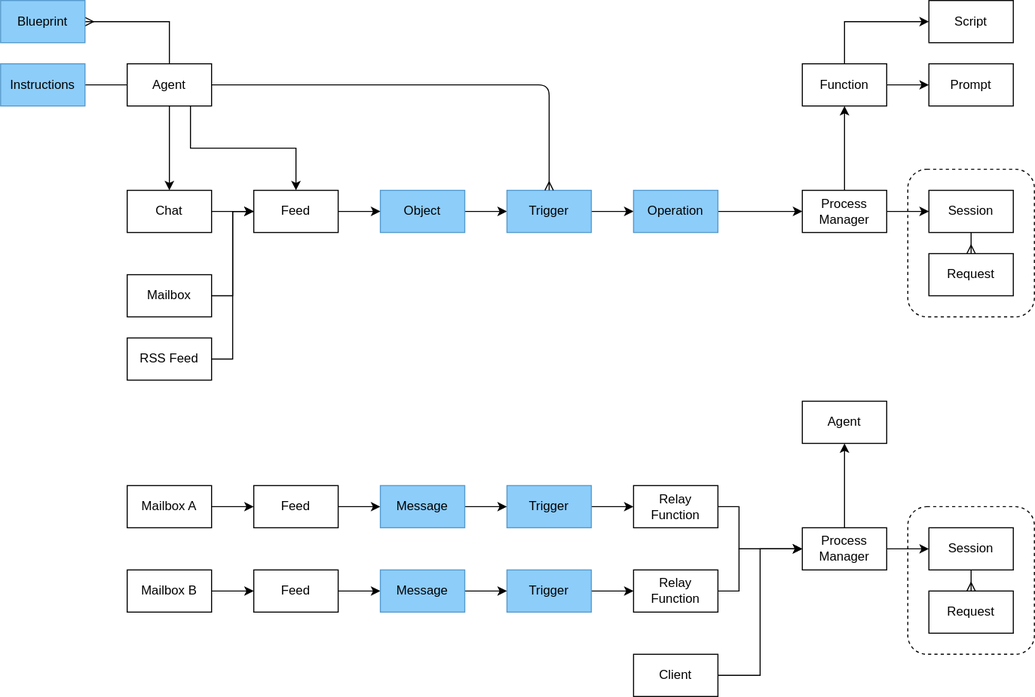
dxos/dxos keeps this draw.io diagram as packages/core/compute/assistant/docs/agent.drawio.svg. Above is the earlier version. Source tidied: cells renumbered, new cells last; positions are measured from the earlier drawing's top-left corner, leaving out a move shared by most shapes.
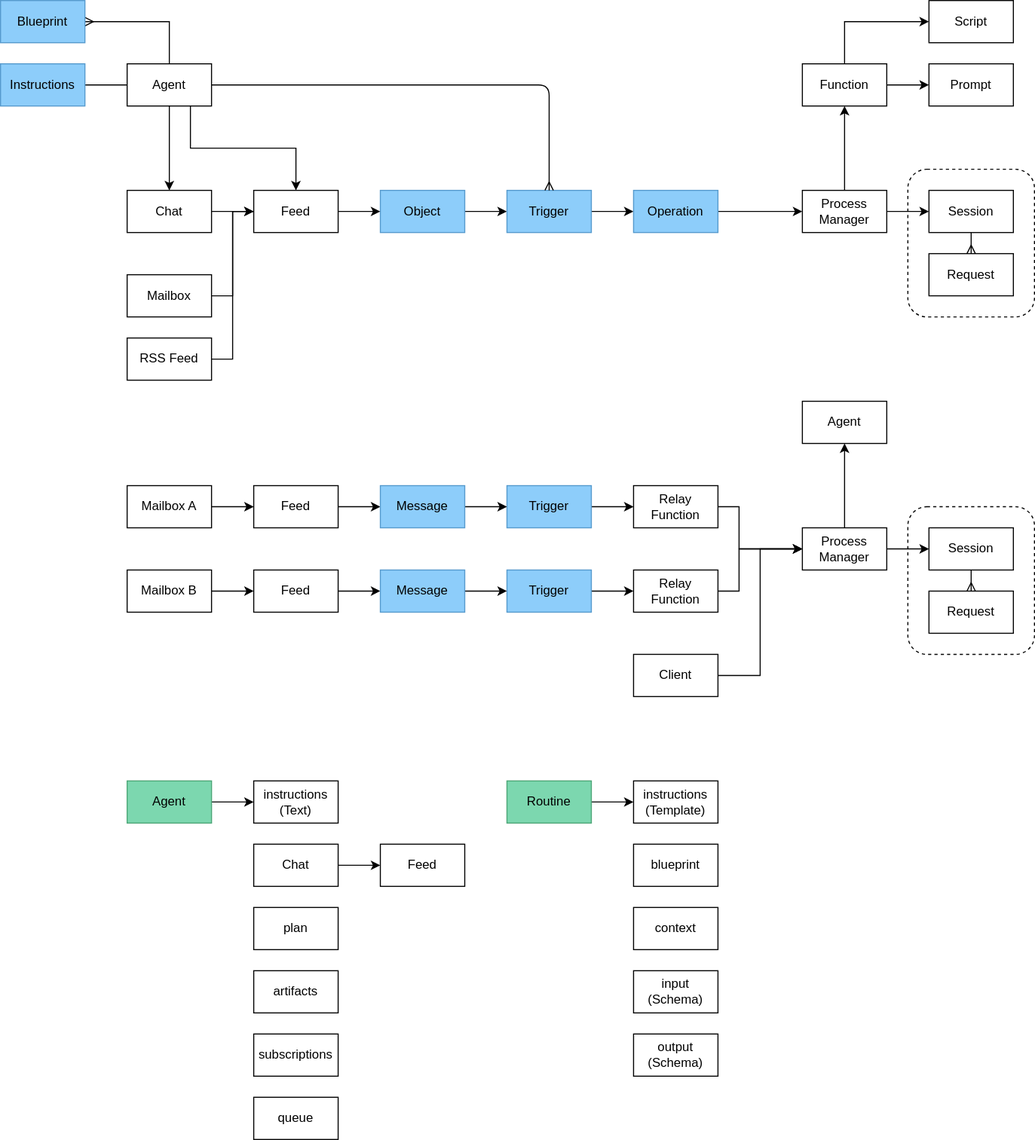
After the change.

The edit, as a diff of the source:
```diff
@@ -240,5 +240,56 @@
     <mxCell id="65" value="Prompt" style="rounded=0;whiteSpace=wrap;html=1;" parent="1" vertex="1">
       <mxGeometry x="880" y="60" width="80" height="40" as="geometry" />
     </mxCell>
+    <mxCell id="66" style="edgeStyle=none;html=1;exitX=1;exitY=0.5;exitDx=0;exitDy=0;" parent="1" edge="1" source="67" target="68">
+      <mxGeometry relative="1" as="geometry" />
+    </mxCell>
+    <mxCell id="67" value="Routine" style="rounded=0;whiteSpace=wrap;html=1;fillColor=#7CD7AF;fontColor=#000000;strokeColor=#4DA677;" parent="1" vertex="1">
+      <mxGeometry x="480" y="740" width="80" height="40" as="geometry" />
+    </mxCell>
+    <mxCell id="68" value="instructions&lt;br&gt;(Template)" style="rounded=0;whiteSpace=wrap;html=1;" parent="1" vertex="1">
+      <mxGeometry x="600" y="740" width="80" height="40" as="geometry" />
+    </mxCell>
+    <mxCell id="69" value="blueprint" style="rounded=0;whiteSpace=wrap;html=1;" parent="1" vertex="1">
+      <mxGeometry x="600" y="800" width="80" height="40" as="geometry" />
+    </mxCell>
+    <mxCell id="70" value="input&lt;br&gt;(Schema)" style="rounded=0;whiteSpace=wrap;html=1;" parent="1" vertex="1">
+      <mxGeometry x="600" y="920" width="80" height="40" as="geometry" />
+    </mxCell>
+    <mxCell id="71" value="output&lt;br&gt;(Schema)" style="rounded=0;whiteSpace=wrap;html=1;" parent="1" vertex="1">
+      <mxGeometry x="600" y="980" width="80" height="40" as="geometry" />
+    </mxCell>
+    <mxCell id="72" style="edgeStyle=none;html=1;exitX=1;exitY=0.5;exitDx=0;exitDy=0;" parent="1" edge="1" source="73" target="75">
+      <mxGeometry relative="1" as="geometry" />
+    </mxCell>
+    <mxCell id="73" value="Agent" style="rounded=0;whiteSpace=wrap;html=1;fillColor=#7CD7AF;fontColor=#000000;strokeColor=#4DA677;" parent="1" vertex="1">
+      <mxGeometry x="120" y="740" width="80" height="40" as="geometry" />
+    </mxCell>
+    <mxCell id="74" value="context" style="rounded=0;whiteSpace=wrap;html=1;" parent="1" vertex="1">
+      <mxGeometry x="600" y="860" width="80" height="40" as="geometry" />
+    </mxCell>
+    <mxCell id="75" value="instructions&lt;br&gt;(Text)" style="rounded=0;whiteSpace=wrap;html=1;" parent="1" vertex="1">
+      <mxGeometry x="240" y="740" width="80" height="40" as="geometry" />
+    </mxCell>
+    <mxCell id="76" style="edgeStyle=none;html=1;exitX=1;exitY=0.5;exitDx=0;exitDy=0;" parent="1" edge="1" source="77" target="78">
+      <mxGeometry relative="1" as="geometry" />
+    </mxCell>
+    <mxCell id="77" value="Chat" style="rounded=0;whiteSpace=wrap;html=1;" parent="1" vertex="1">
+      <mxGeometry x="240" y="800" width="80" height="40" as="geometry" />
+    </mxCell>
+    <mxCell id="78" value="Feed" style="rounded=0;whiteSpace=wrap;html=1;" parent="1" vertex="1">
+      <mxGeometry x="360" y="800" width="80" height="40" as="geometry" />
+    </mxCell>
+    <mxCell id="79" value="plan" style="rounded=0;whiteSpace=wrap;html=1;" parent="1" vertex="1">
+      <mxGeometry x="240" y="860" width="80" height="40" as="geometry" />
+    </mxCell>
+    <mxCell id="80" value="artifacts" style="rounded=0;whiteSpace=wrap;html=1;" parent="1" vertex="1">
+      <mxGeometry x="240" y="920" width="80" height="40" as="geometry" />
+    </mxCell>
+    <mxCell id="81" value="subscriptions" style="rounded=0;whiteSpace=wrap;html=1;" parent="1" vertex="1">
+      <mxGeometry x="240" y="980" width="80" height="40" as="geometry" />
+    </mxCell>
+    <mxCell id="82" value="queue" style="rounded=0;whiteSpace=wrap;html=1;" parent="1" vertex="1">
+      <mxGeometry x="240" y="1040" width="80" height="40" as="geometry" />
+    </mxCell>
   </root>
 </mxGraphModel>
```
